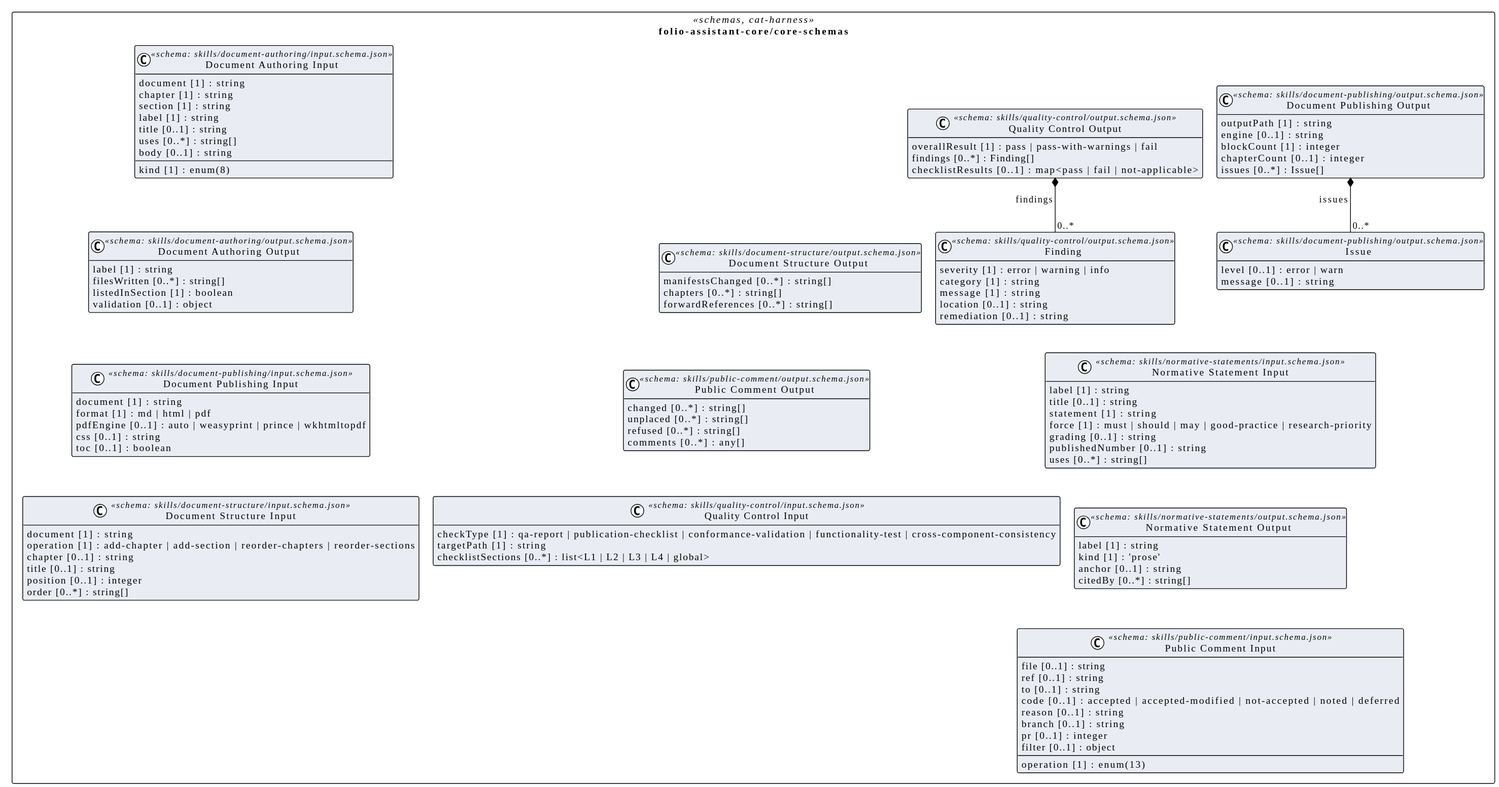
The PlantUML diagram assets/img/uml/overview/folio-assistant-core/core-schemas.svg in litlfred/smart-trust, before a commit. Its diagram source:
```plantuml
@startuml
!pragma layout elk
!theme plain
skinparam classAttributeIconSize 0
skinparam shadowing false
skinparam packageStyle rectangle
hide empty methods

package "folio-assistant-core/core-schemas" as pkg_folio_assistant_core_core_schemas <<schemas, cat-harness>> {
  class "Document Authoring Input" as folio_assistant_core_core_schemas_skills_document_authoring_input_schema_json_Document_Authoring_Input <<schema: skills/document-authoring/input.schema.json>> #e9edf3 {
    document [1] : string
    chapter [1] : string
    section [1] : string
    kind [1] : enum(8)
    label [1] : string
    title [0..1] : string
    uses [0..*] : string[]
    body [0..1] : string
  }
  class "Document Authoring Output" as folio_assistant_core_core_schemas_skills_document_authoring_output_schema_json_Document_Authoring_Output <<schema: skills/document-authoring/output.schema.json>> #e9edf3 {
    label [1] : string
    filesWritten [0..*] : string[]
    listedInSection [1] : boolean
    validation [0..1] : object
  }
  class "Document Publishing Input" as folio_assistant_core_core_schemas_skills_document_publishing_input_schema_json_Document_Publishing_Input <<schema: skills/document-publishing/input.schema.json>> #e9edf3 {
    document [1] : string
    format [1] : md | html | pdf
    pdfEngine [0..1] : auto | weasyprint | prince | wkhtmltopdf
    css [0..1] : string
    toc [0..1] : boolean
  }
  class "Issue" as folio_assistant_core_core_schemas_skills_document_publishing_output_schema_json_Issue <<schema: skills/document-publishing/output.schema.json>> #e9edf3 {
    level [0..1] : error | warn
    message [0..1] : string
  }
  class "Document Publishing Output" as folio_assistant_core_core_schemas_skills_document_publishing_output_schema_json_Document_Publishing_Output <<schema: skills/document-publishing/output.schema.json>> #e9edf3 {
    outputPath [1] : string
    engine [0..1] : string
    blockCount [1] : integer
    chapterCount [0..1] : integer
    issues [0..*] : Issue[]
  }
  class "Document Structure Input" as folio_assistant_core_core_schemas_skills_document_structure_input_schema_json_Document_Structure_Input <<schema: skills/document-structure/input.schema.json>> #e9edf3 {
    document [1] : string
    operation [1] : add-chapter | add-section | reorder-chapters | reorder-sections
    chapter [0..1] : string
    title [0..1] : string
    position [0..1] : integer
    order [0..*] : string[]
  }
  class "Document Structure Output" as folio_assistant_core_core_schemas_skills_document_structure_output_schema_json_Document_Structure_Output <<schema: skills/document-structure/output.schema.json>> #e9edf3 {
    manifestsChanged [0..*] : string[]
    chapters [0..*] : string[]
    forwardReferences [0..*] : string[]
  }
  class "Normative Statement Input" as folio_assistant_core_core_schemas_skills_normative_statements_input_schema_json_Normative_Statement_Input <<schema: skills/normative-statements/input.schema.json>> #e9edf3 {
    label [1] : string
    title [0..1] : string
    statement [1] : string
    force [1] : must | should | may | good-practice | research-priority
    grading [0..1] : string
    publishedNumber [0..1] : string
    uses [0..*] : string[]
  }
  class "Normative Statement Output" as folio_assistant_core_core_schemas_skills_normative_statements_output_schema_json_Normative_Statement_Output <<schema: skills/normative-statements/output.schema.json>> #e9edf3 {
    label [1] : string
    kind [1] : 'prose'
    anchor [0..1] : string
    citedBy [0..*] : string[]
  }
  class "Public Comment Input" as folio_assistant_core_core_schemas_skills_public_comment_input_schema_json_Public_Comment_Input <<schema: skills/public-comment/input.schema.json>> #e9edf3 {
    operation [1] : enum(13)
    file [0..1] : string
    ref [0..1] : string
    to [0..1] : string
    code [0..1] : accepted | accepted-modified | not-accepted | noted | deferred
    reason [0..1] : string
    branch [0..1] : string
    pr [0..1] : integer
    filter [0..1] : object
  }
  class "Public Comment Output" as folio_assistant_core_core_schemas_skills_public_comment_output_schema_json_Public_Comment_Output <<schema: skills/public-comment/output.schema.json>> #e9edf3 {
    changed [0..*] : string[]
    unplaced [0..*] : string[]
    refused [0..*] : string[]
    comments [0..*] : any[]
  }
  class "Quality Control Input" as folio_assistant_core_core_schemas_skills_quality_control_input_schema_json_Quality_Control_Input <<schema: skills/quality-control/input.schema.json>> #e9edf3 {
    checkType [1] : qa-report | publication-checklist | conformance-validation | functionality-test | cross-component-consistency
    targetPath [1] : string
    checklistSections [0..*] : list<L1 | L2 | L3 | L4 | global>
  }
  class "Finding" as folio_assistant_core_core_schemas_skills_quality_control_output_schema_json_Finding <<schema: skills/quality-control/output.schema.json>> #e9edf3 {
    severity [1] : error | warning | info
    category [1] : string
    message [1] : string
    location [0..1] : string
    remediation [0..1] : string
  }
  class "Quality Control Output" as folio_assistant_core_core_schemas_skills_quality_control_output_schema_json_Quality_Control_Output <<schema: skills/quality-control/output.schema.json>> #e9edf3 {
    overallResult [1] : pass | pass-with-warnings | fail
    findings [0..*] : Finding[]
    checklistResults [0..1] : map<pass | fail | not-applicable>
  }
}

folio_assistant_core_core_schemas_skills_document_publishing_output_schema_json_Document_Publishing_Output *-- "0..*" folio_assistant_core_core_schemas_skills_document_publishing_output_schema_json_Issue : issues
folio_assistant_core_core_schemas_skills_quality_control_output_schema_json_Quality_Control_Output *-- "0..*" folio_assistant_core_core_schemas_skills_quality_control_output_schema_json_Finding : findings
@enduml
```
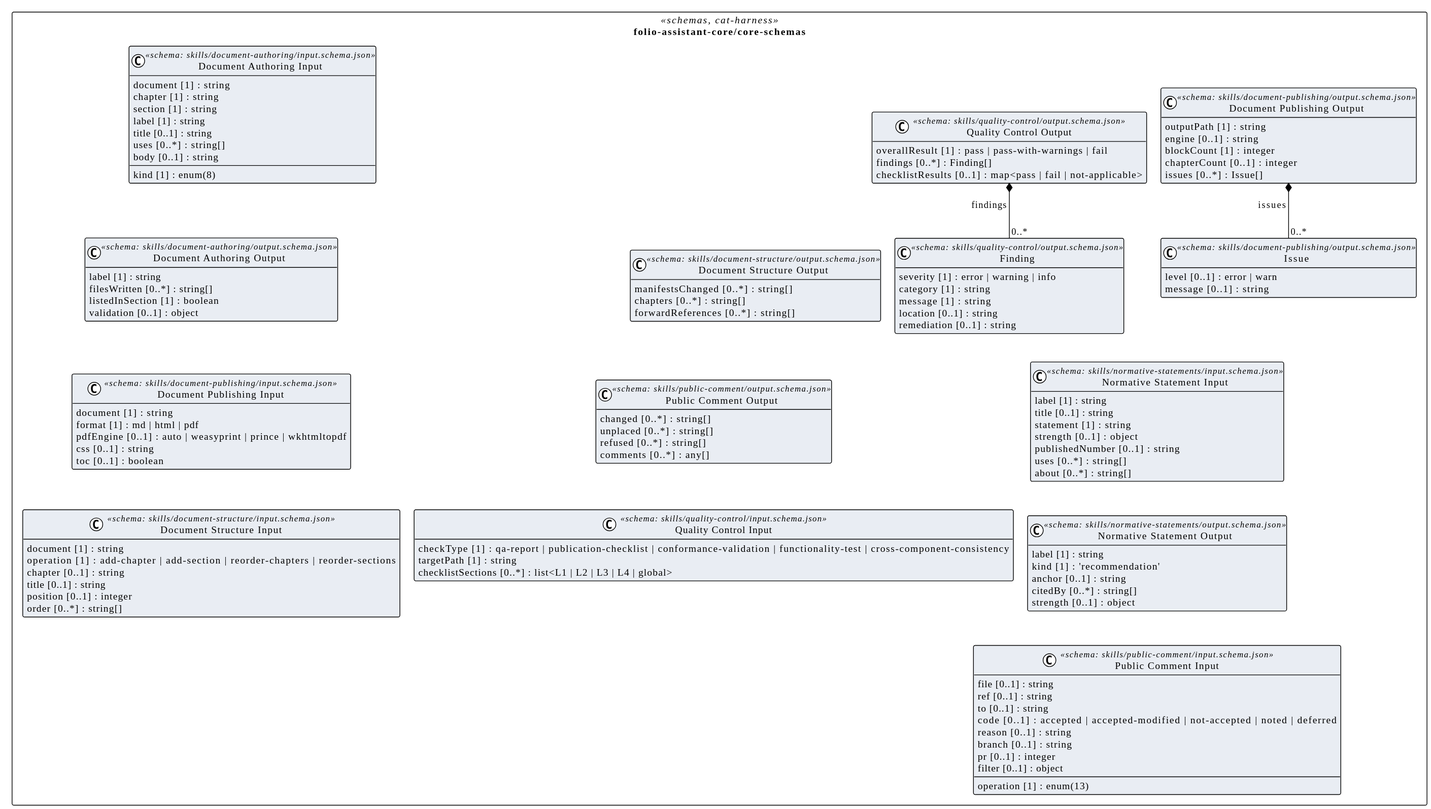
After the commit.

What changed in the source:
```diff
@@ -58,16 +58,17 @@
     label [1] : string
     title [0..1] : string
     statement [1] : string
-    force [1] : must | should | may | good-practice | research-priority
-    grading [0..1] : string
+    strength [0..1] : object
     publishedNumber [0..1] : string
     uses [0..*] : string[]
+    about [0..*] : string[]
   }
   class "Normative Statement Output" as folio_assistant_core_core_schemas_skills_normative_statements_output_schema_json_Normative_Statement_Output <<schema: skills/normative-statements/output.schema.json>> #e9edf3 {
     label [1] : string
-    kind [1] : 'prose'
+    kind [1] : 'recommendation'
     anchor [0..1] : string
     citedBy [0..*] : string[]
+    strength [0..1] : object
   }
   class "Public Comment Input" as folio_assistant_core_core_schemas_skills_public_comment_input_schema_json_Public_Comment_Input <<schema: skills/public-comment/input.schema.json>> #e9edf3 {
     operation [1] : enum(13)
```
